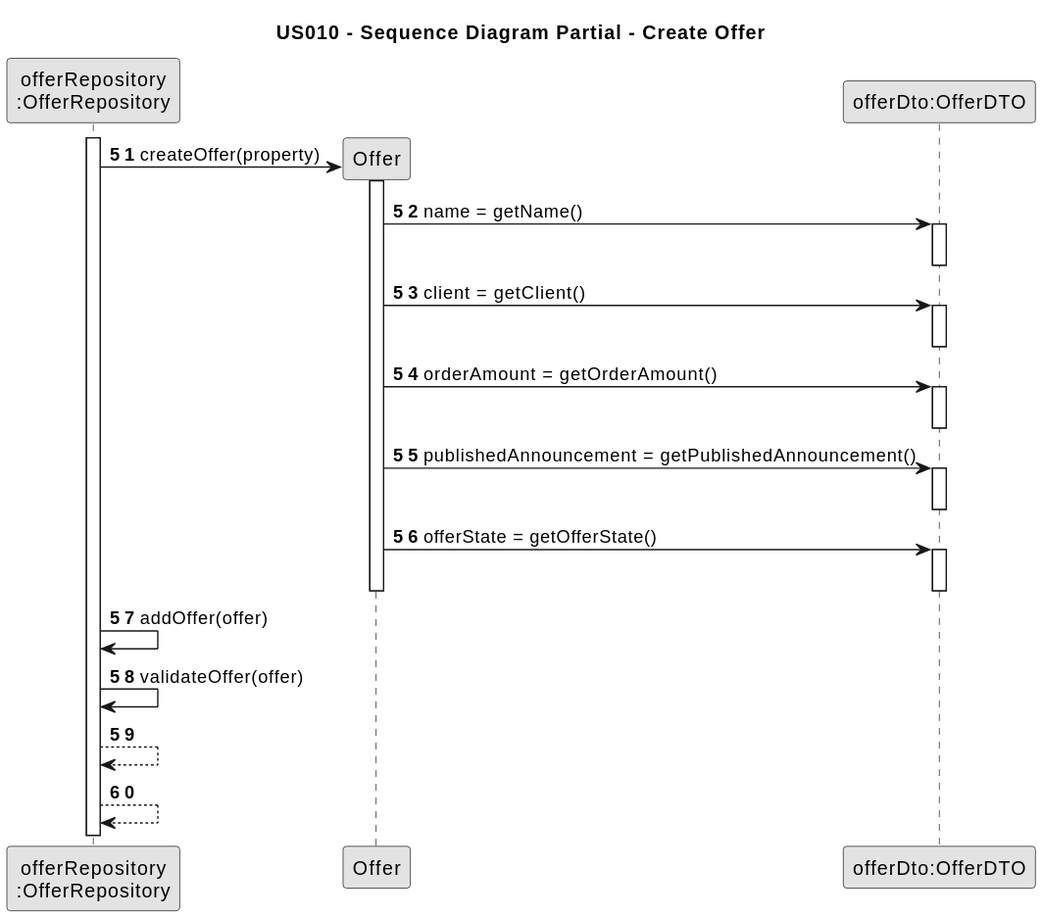
The PlantUML diagram docs/sprintD/US010/03.design/svg/us010-sequence-diagram-partial-createOffer.svg in PureNimble/ISEP-LAPR2, before a commit.
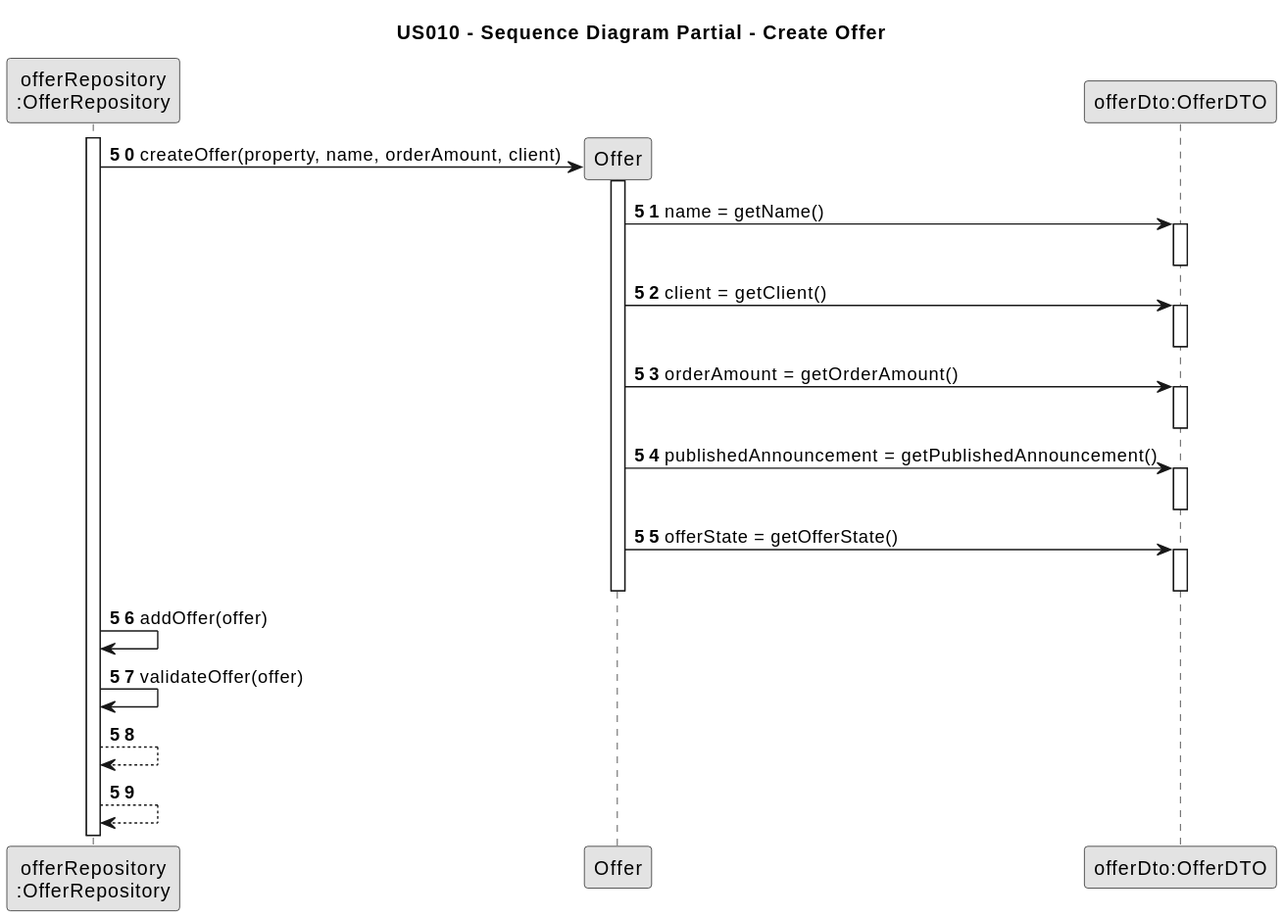
Later version of the same file.

Diff of the diagram source:
```diff
@@ -9,11 +9,11 @@
 participant "Offer" as Offer
 participant "offerDto:OfferDTO" as offerDto
 
-autonumber 51
+autonumber 50
 
 activate OfferRepository
 
-OfferRepository -> Offer** : createOffer(property)
+OfferRepository -> Offer** : createOffer(property, name, orderAmount, client)
 activate Offer
 
 Offer -> offerDto : name = getName()
@@ -38,6 +38,8 @@
 
 deactivate Offer
 
+
+
 OfferRepository -> OfferRepository : addOffer(offer)
 
 OfferRepository -> OfferRepository : validateOffer(offer)
```
